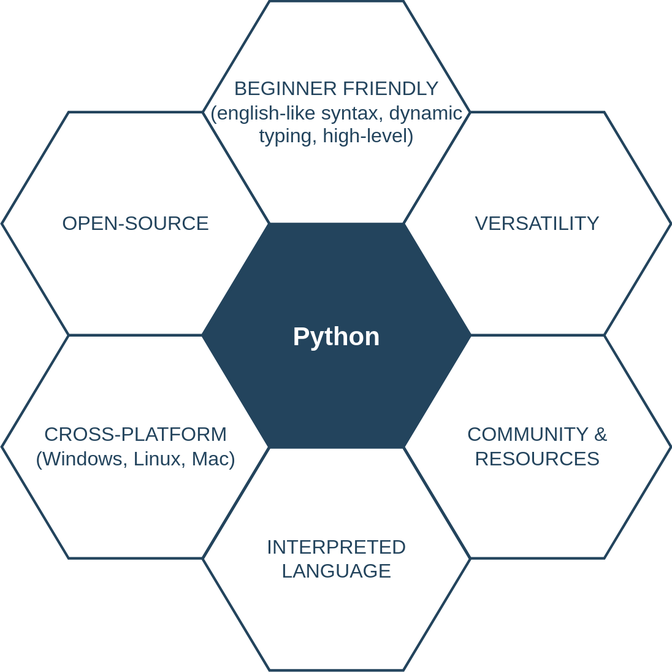
Before: Python_Workshop2022/img/whypython.svg, a diagram exported from draw.io (birkfl/TReND). Source tidied: cells renumbered, new cells last; positions are measured from the earlier drawing's top-left corner, leaving out a move shared by most shapes.
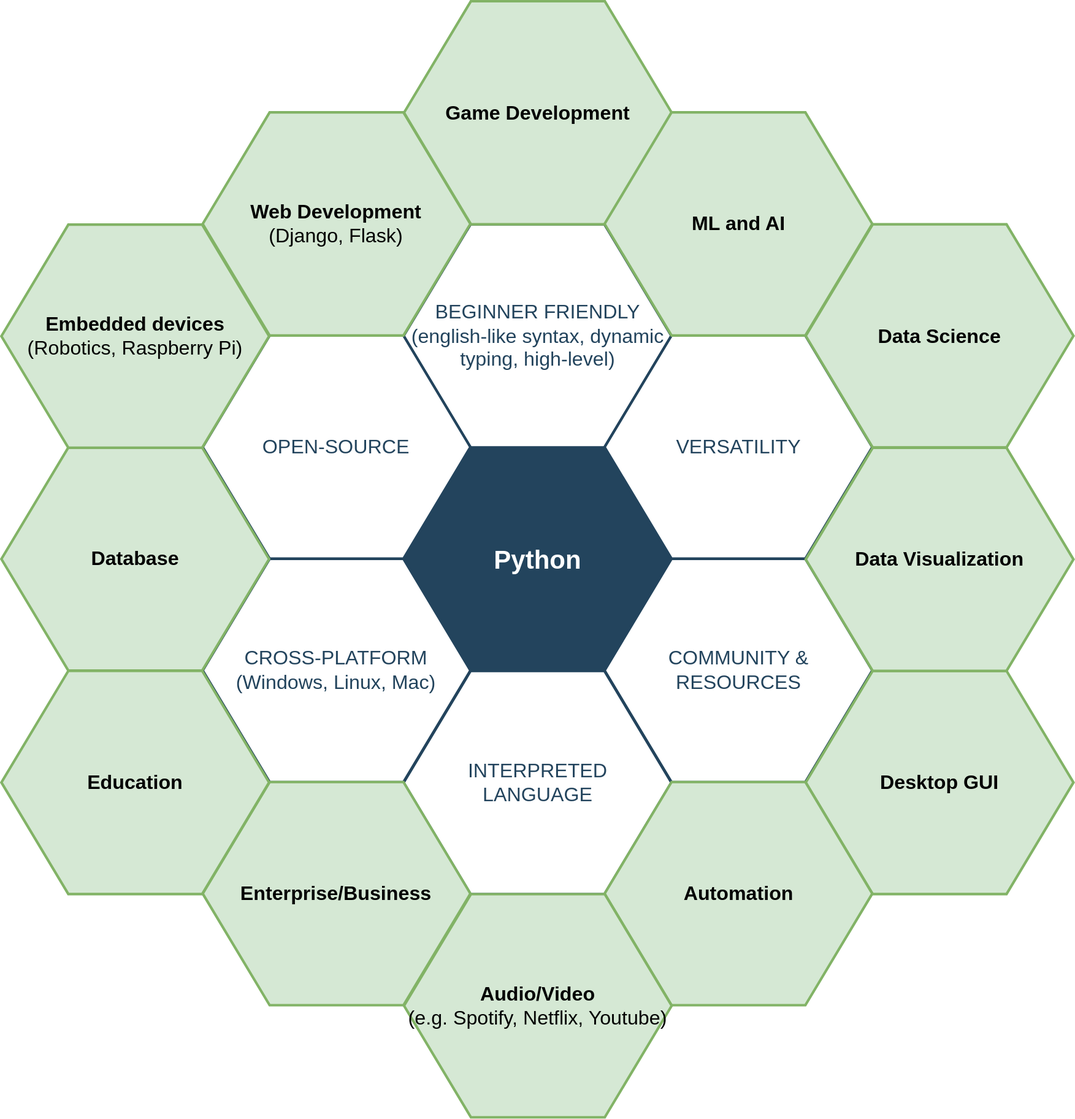
The same file after the commit.

Diff of the diagram source:
```diff
@@ -26,5 +26,41 @@
     <mxCell id="9" value="OPEN-SOURCE" style="shape=hexagon;perimeter=hexagonPerimeter2;whiteSpace=wrap;html=1;shadow=0;labelBackgroundColor=none;strokeColor=#23445D;fillColor=#ffffff;gradientColor=none;fontFamily=Helvetica;fontSize=23;fontColor=#23445D;align=center;strokeWidth=3;" parent="1" vertex="1">
       <mxGeometry x="0.5" y="129.2" width="311.8" height="259.9" as="geometry" />
     </mxCell>
+    <mxCell id="10" value="&lt;div&gt;&lt;b&gt;Web Development&lt;/b&gt;&lt;/div&gt;&lt;div&gt;(Django, Flask)&lt;br&gt;&lt;/div&gt;" style="shape=hexagon;perimeter=hexagonPerimeter2;whiteSpace=wrap;html=1;shadow=0;labelBackgroundColor=none;strokeColor=#82b366;fillColor=#d5e8d4;fontFamily=Helvetica;fontSize=23;align=center;strokeWidth=3;" parent="1" vertex="1">
+      <mxGeometry x="0.5" y="-130.7" width="311.8" height="259.9" as="geometry" />
+    </mxCell>
+    <mxCell id="11" value="&lt;b&gt;Game Development&lt;br&gt;&lt;/b&gt;" style="shape=hexagon;perimeter=hexagonPerimeter2;whiteSpace=wrap;html=1;shadow=0;labelBackgroundColor=none;strokeColor=#82b366;fillColor=#d5e8d4;fontFamily=Helvetica;fontSize=23;align=center;strokeWidth=3;" parent="1" vertex="1">
+      <mxGeometry x="235" y="-260.2" width="311.8" height="259.9" as="geometry" />
+    </mxCell>
+    <mxCell id="12" value="&lt;b&gt;ML and AI&lt;br&gt;&lt;/b&gt;" style="shape=hexagon;perimeter=hexagonPerimeter2;whiteSpace=wrap;html=1;shadow=0;labelBackgroundColor=none;strokeColor=#82b366;fillColor=#d5e8d4;fontFamily=Helvetica;fontSize=23;align=center;strokeWidth=3;" parent="1" vertex="1">
+      <mxGeometry x="468.7" y="-130.7" width="311.8" height="259.9" as="geometry" />
+    </mxCell>
+    <mxCell id="13" value="&lt;b&gt;Data Science&lt;br&gt;&lt;/b&gt;" style="shape=hexagon;perimeter=hexagonPerimeter2;whiteSpace=wrap;html=1;shadow=0;labelBackgroundColor=none;strokeColor=#82b366;fillColor=#d5e8d4;fontFamily=Helvetica;fontSize=23;align=center;strokeWidth=3;" parent="1" vertex="1">
+      <mxGeometry x="703" y="-0.3" width="311.8" height="259.9" as="geometry" />
+    </mxCell>
+    <mxCell id="14" value="&lt;b&gt;Desktop GUI&lt;/b&gt;" style="shape=hexagon;perimeter=hexagonPerimeter2;whiteSpace=wrap;html=1;shadow=0;labelBackgroundColor=none;strokeColor=#82b366;fillColor=#d5e8d4;fontFamily=Helvetica;fontSize=23;align=center;strokeWidth=3;" parent="1" vertex="1">
+      <mxGeometry x="703" y="519.7" width="311.8" height="259.9" as="geometry" />
+    </mxCell>
+    <mxCell id="15" value="&lt;b&gt;Data Visualization&lt;/b&gt;" style="shape=hexagon;perimeter=hexagonPerimeter2;whiteSpace=wrap;html=1;shadow=0;labelBackgroundColor=none;strokeColor=#82b366;fillColor=#d5e8d4;fontFamily=Helvetica;fontSize=23;align=center;strokeWidth=3;" parent="1" vertex="1">
+      <mxGeometry x="703" y="259.9" width="311.8" height="259.9" as="geometry" />
+    </mxCell>
+    <mxCell id="16" value="&lt;b&gt;Automation&lt;/b&gt;" style="shape=hexagon;perimeter=hexagonPerimeter2;whiteSpace=wrap;html=1;shadow=0;labelBackgroundColor=none;strokeColor=#82b366;fillColor=#d5e8d4;fontFamily=Helvetica;fontSize=23;align=center;strokeWidth=3;" parent="1" vertex="1">
+      <mxGeometry x="468.7" y="649.1" width="311.8" height="259.9" as="geometry" />
+    </mxCell>
+    <mxCell id="17" value="&lt;div&gt;&lt;b&gt;Audio/Video&lt;br&gt;&lt;/b&gt;&lt;/div&gt;&lt;div&gt;(e.g. Spotify, Netflix, Youtube)&lt;br&gt;&lt;/div&gt;" style="shape=hexagon;perimeter=hexagonPerimeter2;whiteSpace=wrap;html=1;shadow=0;labelBackgroundColor=none;strokeColor=#82b366;fillColor=#d5e8d4;fontFamily=Helvetica;fontSize=23;align=center;strokeWidth=3;" parent="1" vertex="1">
+      <mxGeometry x="235" y="779.7" width="311.8" height="259.9" as="geometry" />
+    </mxCell>
+    <mxCell id="18" value="&lt;b&gt;Enterprise/Business&lt;/b&gt;" style="shape=hexagon;perimeter=hexagonPerimeter2;whiteSpace=wrap;html=1;shadow=0;labelBackgroundColor=none;strokeColor=#82b366;fillColor=#d5e8d4;fontFamily=Helvetica;fontSize=23;align=center;strokeWidth=3;" parent="1" vertex="1">
+      <mxGeometry x="0.5" y="649.1" width="311.8" height="259.9" as="geometry" />
+    </mxCell>
+    <mxCell id="19" value="&lt;b&gt;Education&lt;/b&gt;" style="shape=hexagon;perimeter=hexagonPerimeter2;whiteSpace=wrap;html=1;shadow=0;labelBackgroundColor=none;strokeColor=#82b366;fillColor=#d5e8d4;fontFamily=Helvetica;fontSize=23;align=center;strokeWidth=3;" parent="1" vertex="1">
+      <mxGeometry x="-234" y="519.7" width="311.8" height="259.9" as="geometry" />
+    </mxCell>
+    <mxCell id="20" value="&lt;b&gt;Database&lt;/b&gt;" style="shape=hexagon;perimeter=hexagonPerimeter2;whiteSpace=wrap;html=1;shadow=0;labelBackgroundColor=none;strokeColor=#82b366;fillColor=#d5e8d4;fontFamily=Helvetica;fontSize=23;align=center;strokeWidth=3;" parent="1" vertex="1">
+      <mxGeometry x="-234" y="259.5" width="311.8" height="259.9" as="geometry" />
+    </mxCell>
+    <mxCell id="21" value="&lt;div&gt;&lt;b&gt;Embedded devices&lt;/b&gt;&lt;/div&gt;&lt;div&gt;(Robotics, Raspberry Pi)&lt;br&gt;&lt;/div&gt;" style="shape=hexagon;perimeter=hexagonPerimeter2;whiteSpace=wrap;html=1;shadow=0;labelBackgroundColor=none;strokeColor=#82b366;fillColor=#d5e8d4;fontFamily=Helvetica;fontSize=23;align=center;strokeWidth=3;" parent="1" vertex="1">
+      <mxGeometry x="-234" y="0.1" width="311.8" height="259.9" as="geometry" />
+    </mxCell>
   </root>
 </mxGraphModel>
```
